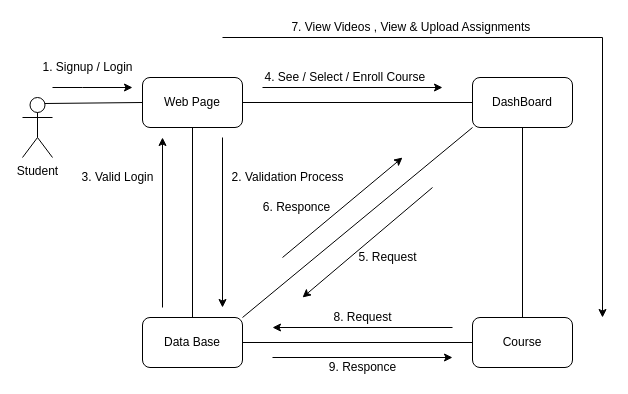
DEVPARMAR06/lucifer keeps this draw.io diagram as Untitled Diagram.drawio. Above is the earlier version. Source tidied: cells renumbered, new cells numbered last; positions are measured from the earlier drawing's top-left corner, leaving out a move shared by most shapes. Both pictures are drawn from the tidied source at 100%, with x=0, y=0 at pixel (22, 17).
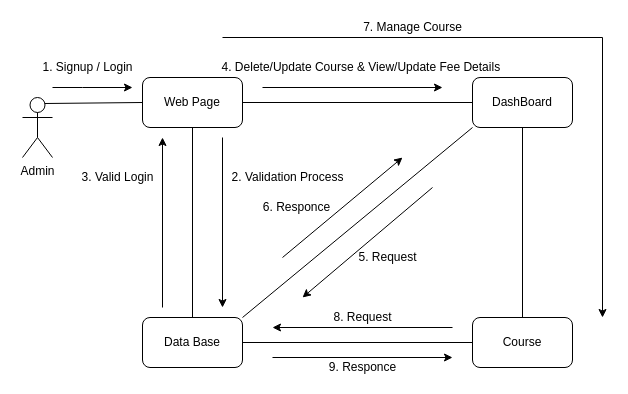
After the change.

Change to the diagram source:
```diff
@@
-    <mxCell id="2" value="Student" style="shape=umlActor;verticalLabelPosition=bottom;verticalAlign=top;html=1;outlineConnect=0;" parent="1" vertex="1">
+    <mxCell id="2" value="Admin" style="shape=umlActor;verticalLabelPosition=bottom;verticalAlign=top;html=1;outlineConnect=0;" parent="1" vertex="1">
       <mxGeometry y="80" width="30" height="60" as="geometry" />
     </mxCell>
@@
-    <mxCell id="15" value="4. See / Select / Enroll Course&amp;nbsp;" style="text;html=1;align=center;verticalAlign=middle;strokeColor=none;fillColor=none;" parent="1" vertex="1">
-      <mxGeometry x="234" y="50" width="180" height="20" as="geometry" />
+    <mxCell id="15" value="4. Delete/Update Course &amp;amp; View/Update Fee Details&amp;nbsp;" style="text;html=1;align=center;verticalAlign=middle;strokeColor=none;fillColor=none;" parent="1" vertex="1">
+      <mxGeometry x="190" y="40" width="300" height="20" as="geometry" />
     </mxCell>
@@
-    <mxCell id="24" value="7. View Videos , View &amp;amp; Upload Assignments&amp;nbsp;" style="text;html=1;align=center;verticalAlign=middle;strokeColor=none;fillColor=none;" parent="1" vertex="1">
-      <mxGeometry x="260" width="260" height="20" as="geometry" />
+    <mxCell id="24" value="7. Manage Course" style="text;html=1;align=center;verticalAlign=middle;strokeColor=none;fillColor=none;" parent="1" vertex="1">
+      <mxGeometry x="335" width="110" height="20" as="geometry" />
     </mxCell>
```
